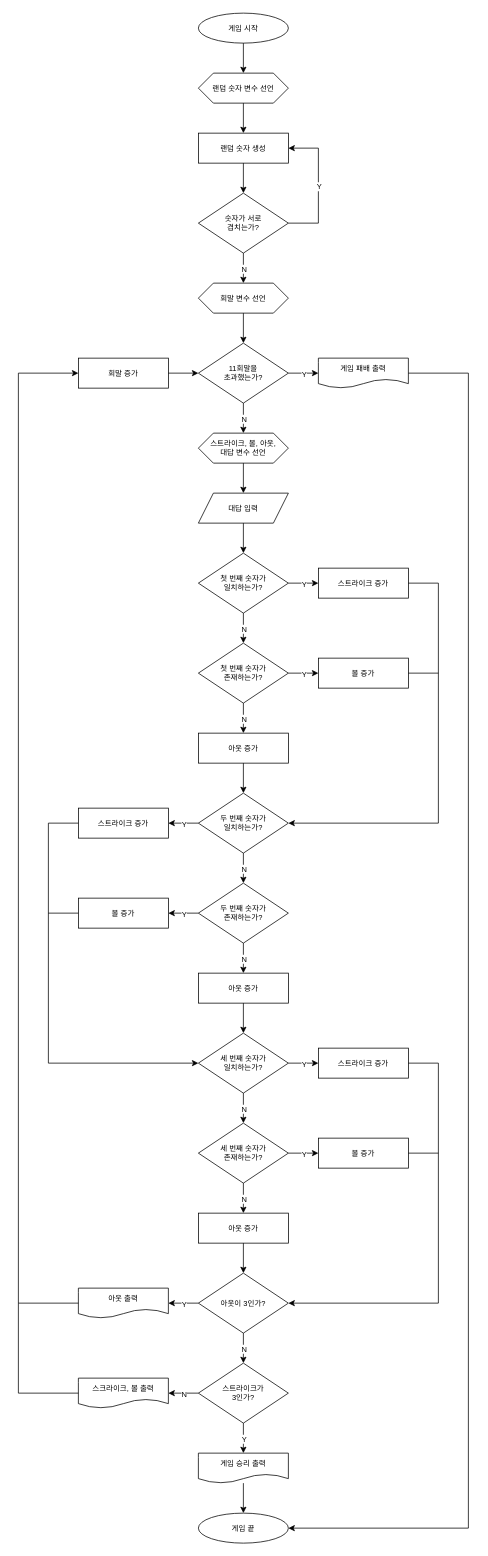
Earlier version of the draw.io diagram 강의/008일차/발표자료/BullsAndCows.drawio (WarmthGiver/KGA). Source tidied: cells renumbered, new cells numbered last; positions are measured from the earlier drawing's top-left corner, leaving out a move shared by most shapes. Both pictures are drawn from the tidied source at 75%, with x=0, y=0 at pixel (18, 13).
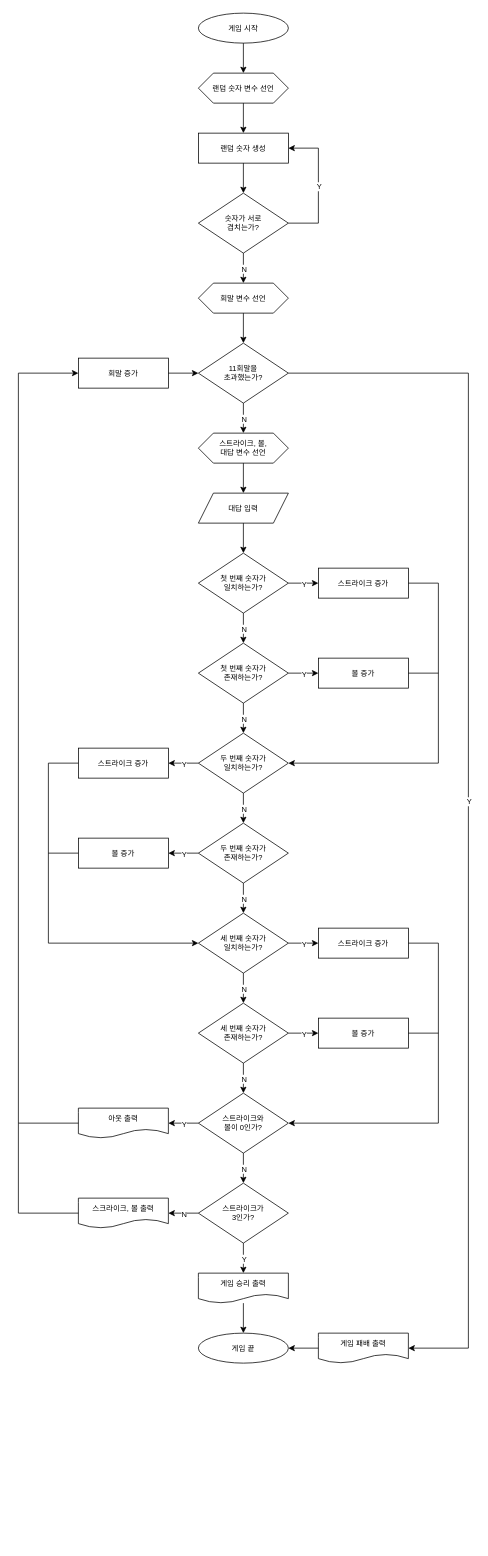
The same page after the edit.

Unchanged cells that the change refers to:
```xml
<mxCell id="9" value="11회말을&lt;div style=&quot;font-size: 10px;&quot;&gt;초과했는가?&lt;/div&gt;" style="rhombus;whiteSpace=wrap;html=1;fontSize=10;" parent="1" vertex="1">
  <mxGeometry x="240" y="440" width="120" height="80" as="geometry" />
</mxCell>
<mxCell id="17" value="&lt;font style=&quot;font-size: 10px;&quot;&gt;첫 번째&amp;nbsp;&lt;/font&gt;&lt;span style=&quot;font-size: 10px; background-color: initial;&quot;&gt;숫자가&lt;/span&gt;&lt;div style=&quot;font-size: 10px;&quot;&gt;&lt;font style=&quot;font-size: 10px;&quot;&gt;존재하는가?&lt;/font&gt;&lt;/div&gt;" style="rhombus;whiteSpace=wrap;html=1;fontSize=10;" parent="1" vertex="1">
  <mxGeometry x="240" y="840" width="120" height="80" as="geometry" />
</mxCell>
<mxCell id="20" value="&lt;font style=&quot;font-size: 10px;&quot;&gt;스트라이크 증가&lt;/font&gt;" style="rounded=0;whiteSpace=wrap;html=1;fontSize=10;" parent="1" vertex="1">
  <mxGeometry x="400" y="740" width="120" height="40" as="geometry" />
</mxCell>
<mxCell id="72" value="회말 증가" style="rounded=0;whiteSpace=wrap;html=1;fontSize=10;" parent="1" vertex="1">
  <mxGeometry x="80" y="460" width="120" height="40" as="geometry" />
</mxCell>
```

What changed in the source:
```diff
@@
-    <mxCell id="10" style="endArrow=classic;html=1;rounded=0;exitX=1;exitY=0.5;exitDx=0;exitDy=0;fontSize=10;entryX=0;entryY=0.5;entryDx=0;entryDy=0;" parent="1" edge="1" source="9" target="91">
-      <mxGeometry relative="1" as="geometry" />
+    <mxCell id="10" style="endArrow=classic;html=1;rounded=0;exitX=1;exitY=0.5;exitDx=0;exitDy=0;fontSize=10;entryX=1;entryY=0.5;entryDx=0;entryDy=0;" parent="1" edge="1" source="9" target="91">
+      <mxGeometry relative="1" as="geometry">
+        <Array as="points">
+          <mxPoint x="600" y="480" />
+          <mxPoint x="600" y="1780" />
+        </Array>
+      </mxGeometry>
     </mxCell>
@@
     <mxCell id="28" value="&lt;font style=&quot;font-size: 10px;&quot;&gt;&lt;font style=&quot;font-size: 10px;&quot;&gt;두 번째&amp;nbsp;&lt;/font&gt;&lt;span style=&quot;background-color: initial; font-size: 10px;&quot;&gt;숫자가&lt;/span&gt;&lt;/font&gt;&lt;div style=&quot;font-size: 10px;&quot;&gt;&lt;font style=&quot;font-size: 10px;&quot;&gt;일치하는가?&lt;/font&gt;&lt;/div&gt;" style="rhombus;whiteSpace=wrap;html=1;fontSize=10;" parent="1" vertex="1">
-      <mxGeometry x="240" y="1040" width="120" height="80" as="geometry" />
+      <mxGeometry x="240" y="960" width="120" height="80" as="geometry" />
     </mxCell>
-    <mxCell id="29" style="endArrow=classic;html=1;rounded=0;exitX=0.5;exitY=1;exitDx=0;exitDy=0;entryX=0.5;entryY=0;entryDx=0;entryDy=0;fontSize=10;" parent="1" edge="1" source="17" target="40">
+    <mxCell id="29" style="endArrow=classic;html=1;rounded=0;exitX=0.5;exitY=1;exitDx=0;exitDy=0;entryX=0.5;entryY=0;entryDx=0;entryDy=0;fontSize=10;" parent="1" edge="1" source="17" target="28">
       <mxGeometry relative="1" as="geometry" />
     </mxCell>
@@
     <mxCell id="31" value="&lt;font style=&quot;font-size: 10px;&quot;&gt;두 번째&amp;nbsp;&lt;/font&gt;&lt;span style=&quot;font-size: 10px; background-color: initial;&quot;&gt;숫자가&lt;/span&gt;&lt;div style=&quot;font-size: 10px;&quot;&gt;&lt;font style=&quot;font-size: 10px;&quot;&gt;존재하는가?&lt;/font&gt;&lt;/div&gt;" style="rhombus;whiteSpace=wrap;html=1;fontSize=10;" parent="1" vertex="1">
-      <mxGeometry x="240" y="1160" width="120" height="80" as="geometry" />
+      <mxGeometry x="240" y="1080" width="120" height="80" as="geometry" />
     </mxCell>
@@
     <mxCell id="34" value="&lt;font style=&quot;font-size: 10px;&quot;&gt;스트라이크 증가&lt;/font&gt;" style="rounded=0;whiteSpace=wrap;html=1;fontSize=10;" parent="1" vertex="1">
-      <mxGeometry x="80" y="1060" width="120" height="40" as="geometry" />
+      <mxGeometry x="80" y="980" width="120" height="40" as="geometry" />
     </mxCell>
@@
     <mxCell id="37" value="볼 증가" style="whiteSpace=wrap;html=1;fontSize=10;" parent="1" vertex="1">
-      <mxGeometry x="80" y="1180" width="120" height="40" as="geometry" />
+      <mxGeometry x="80" y="1100" width="120" height="40" as="geometry" />
     </mxCell>
@@
-    <mxCell id="40" value="아웃 증가" style="whiteSpace=wrap;html=1;fontSize=10;" parent="1" vertex="1">
-      <mxGeometry x="240" y="960" width="120" height="40" as="geometry" />
-    </mxCell>
-    <mxCell id="41" style="endArrow=classic;html=1;rounded=0;exitX=0.5;exitY=1;exitDx=0;exitDy=0;entryX=0.5;entryY=0;entryDx=0;entryDy=0;fontSize=10;" parent="1" edge="1" source="40" target="28">
-      <mxGeometry relative="1" as="geometry" />
-    </mxCell>
     <mxCell id="42" style="endArrow=classic;html=1;rounded=0;exitX=1;exitY=0.5;exitDx=0;exitDy=0;entryX=1;entryY=0.5;entryDx=0;entryDy=0;fontSize=10;" parent="1" edge="1" source="20" target="28">
       <mxGeometry relative="1" as="geometry">
         <Array as="points">
           <mxPoint x="560" y="760" />
-          <mxPoint x="560" y="1080" />
+          <mxPoint x="560" y="1000" />
         </Array>
       </mxGeometry>
     </mxCell>
-    <mxCell id="43" value="아웃 증가" style="whiteSpace=wrap;html=1;fontSize=10;" parent="1" vertex="1">
-      <mxGeometry x="240" y="1280" width="120" height="40" as="geometry" />
-    </mxCell>
-    <mxCell id="44" style="endArrow=classic;html=1;rounded=0;exitX=0.5;exitY=1;exitDx=0;exitDy=0;entryX=0.5;entryY=0;entryDx=0;entryDy=0;fontSize=10;" parent="1" edge="1" source="31" target="43">
+    <mxCell id="44" style="endArrow=classic;html=1;rounded=0;exitX=0.5;exitY=1;exitDx=0;exitDy=0;entryX=0.5;entryY=0;entryDx=0;entryDy=0;fontSize=10;" parent="1" edge="1" source="31" target="47">
       <mxGeometry relative="1" as="geometry" />
     </mxCell>
@@
     <mxCell id="46" style="endArrow=classic;html=1;rounded=0;exitX=0;exitY=0.5;exitDx=0;exitDy=0;entryX=0;entryY=0.5;entryDx=0;entryDy=0;fontSize=10;" parent="1" edge="1" source="34" target="47">
       <mxGeometry relative="1" as="geometry">
         <Array as="points">
-          <mxPoint x="40" y="1080" />
-          <mxPoint x="40" y="1400" />
+          <mxPoint x="40" y="1000" />
+          <mxPoint x="40" y="1240" />
         </Array>
       </mxGeometry>
     </mxCell>
     <mxCell id="47" value="&lt;font style=&quot;font-size: 10px;&quot;&gt;&lt;font style=&quot;font-size: 10px;&quot;&gt;세 번째&amp;nbsp;&lt;/font&gt;&lt;span style=&quot;background-color: initial; font-size: 10px;&quot;&gt;숫자가&lt;/span&gt;&lt;/font&gt;&lt;div style=&quot;font-size: 10px;&quot;&gt;&lt;font style=&quot;font-size: 10px;&quot;&gt;일치하는가?&lt;/font&gt;&lt;/div&gt;" style="rhombus;whiteSpace=wrap;html=1;fontSize=10;" parent="1" vertex="1">
-      <mxGeometry x="240" y="1360" width="120" height="80" as="geometry" />
+      <mxGeometry x="240" y="1200" width="120" height="80" as="geometry" />
     </mxCell>
     <mxCell id="48" value="&lt;font style=&quot;font-size: 10px;&quot;&gt;세 번째&amp;nbsp;&lt;/font&gt;&lt;span style=&quot;font-size: 10px; background-color: initial;&quot;&gt;숫자가&lt;/span&gt;&lt;div style=&quot;font-size: 10px;&quot;&gt;&lt;font style=&quot;font-size: 10px;&quot;&gt;존재하는가?&lt;/font&gt;&lt;/div&gt;" style="rhombus;whiteSpace=wrap;html=1;fontSize=10;" parent="1" vertex="1">
-      <mxGeometry x="240" y="1480" width="120" height="80" as="geometry" />
+      <mxGeometry x="240" y="1320" width="120" height="80" as="geometry" />
     </mxCell>
@@
     <mxCell id="51" value="&lt;font style=&quot;font-size: 10px;&quot;&gt;스트라이크 증가&lt;/font&gt;" style="rounded=0;whiteSpace=wrap;html=1;fontSize=10;" parent="1" vertex="1">
-      <mxGeometry x="400" y="1380" width="120" height="40" as="geometry" />
+      <mxGeometry x="400" y="1220" width="120" height="40" as="geometry" />
     </mxCell>
@@
     <mxCell id="54" value="볼 증가" style="whiteSpace=wrap;html=1;fontSize=10;" parent="1" vertex="1">
-      <mxGeometry x="400" y="1500" width="120" height="40" as="geometry" />
+      <mxGeometry x="400" y="1340" width="120" height="40" as="geometry" />
     </mxCell>
@@
-    <mxCell id="57" value="아웃이 3&lt;span style=&quot;background-color: initial; font-size: 10px;&quot;&gt;인가?&lt;/span&gt;" style="rhombus;whiteSpace=wrap;html=1;fontSize=10;" parent="1" vertex="1">
-      <mxGeometry x="240" y="1680" width="120" height="80" as="geometry" />
+    <mxCell id="57" value="스트라이크와&lt;div&gt;볼이 0인가?&lt;/div&gt;" style="rhombus;whiteSpace=wrap;html=1;fontSize=10;" parent="1" vertex="1">
+      <mxGeometry x="240" y="1440" width="120" height="80" as="geometry" />
     </mxCell>
-    <mxCell id="58" style="endArrow=classic;html=1;rounded=0;exitX=0.5;exitY=1;exitDx=0;exitDy=0;entryX=0.5;entryY=0;entryDx=0;entryDy=0;fontSize=10;" parent="1" edge="1" source="48" target="60">
+    <mxCell id="58" style="endArrow=classic;html=1;rounded=0;exitX=0.5;exitY=1;exitDx=0;exitDy=0;fontSize=10;entryX=0.5;entryY=0;entryDx=0;entryDy=0;" parent="1" edge="1" source="48" target="57">
       <mxGeometry relative="1" as="geometry" />
     </mxCell>
@@
-    <mxCell id="60" value="아웃 증가" style="whiteSpace=wrap;html=1;fontSize=10;" parent="1" vertex="1">
-      <mxGeometry x="240" y="1600" width="120" height="40" as="geometry" />
-    </mxCell>
-    <mxCell id="61" style="endArrow=classic;html=1;rounded=0;exitX=0.5;exitY=1;exitDx=0;exitDy=0;entryX=0.5;entryY=0;entryDx=0;entryDy=0;fontSize=10;" parent="1" edge="1" source="60" target="57">
-      <mxGeometry relative="1" as="geometry" />
-    </mxCell>
     <mxCell id="62" style="endArrow=classic;html=1;rounded=0;exitX=1;exitY=0.5;exitDx=0;exitDy=0;entryX=1;entryY=0.5;entryDx=0;entryDy=0;fontSize=10;" parent="1" edge="1" source="51" target="57">
       <mxGeometry relative="1" as="geometry">
         <Array as="points">
-          <mxPoint x="560" y="1400" />
-          <mxPoint x="560" y="1720" />
+          <mxPoint x="560" y="1240" />
+          <mxPoint x="560" y="1480" />
         </Array>
       </mxGeometry>
     </mxCell>
-    <mxCell id="63" style="endArrow=classic;html=1;rounded=0;exitX=0.5;exitY=1;exitDx=0;exitDy=0;entryX=0.5;entryY=0;entryDx=0;entryDy=0;fontSize=10;" parent="1" edge="1" source="43" target="47">
-      <mxGeometry relative="1" as="geometry" />
-    </mxCell>
@@
-    <mxCell id="66" value="스트라이크, 볼, 아웃,&lt;div style=&quot;font-size: 10px;&quot;&gt;대답 변수 선언&lt;/div&gt;" style="shape=hexagon;perimeter=hexagonPerimeter2;whiteSpace=wrap;html=1;fixedSize=1;fontSize=10;" parent="1" vertex="1">
+    <mxCell id="66" value="스트라이크, 볼,&lt;div style=&quot;font-size: 10px;&quot;&gt;대답 변수 선언&lt;/div&gt;" style="shape=hexagon;perimeter=hexagonPerimeter2;whiteSpace=wrap;html=1;fixedSize=1;fontSize=10;" parent="1" vertex="1">
       <mxGeometry x="240" y="560" width="120" height="40" as="geometry" />
     </mxCell>
@@
     <mxCell id="70" value="아웃 출력" style="shape=document;whiteSpace=wrap;html=1;boundedLbl=1;fontSize=10;" parent="1" vertex="1">
-      <mxGeometry x="80" y="1700" width="120" height="40" as="geometry" />
+      <mxGeometry x="80" y="1460" width="120" height="40" as="geometry" />
     </mxCell>
     <mxCell id="71" style="endArrow=classic;html=1;rounded=0;exitX=0;exitY=0.5;exitDx=0;exitDy=0;entryX=0;entryY=0.5;entryDx=0;entryDy=0;fontSize=10;" parent="1" edge="1" source="70" target="72">
       <mxGeometry relative="1" as="geometry">
         <Array as="points">
-          <mxPoint y="1720" />
+          <mxPoint y="1480" />
           <mxPoint y="480" />
         </Array>
       </mxGeometry>
     </mxCell>
@@
     <mxCell id="78" value="스트라이크가&lt;div style=&quot;font-size: 10px;&quot;&gt;3인가?&lt;/div&gt;" style="rhombus;whiteSpace=wrap;html=1;fontSize=10;" parent="1" vertex="1">
-      <mxGeometry x="240" y="1800" width="120" height="80" as="geometry" />
+      <mxGeometry x="240" y="1560" width="120" height="80" as="geometry" />
     </mxCell>
     <mxCell id="79" value="스크라이크, 볼 출력" style="shape=document;whiteSpace=wrap;html=1;boundedLbl=1;fontSize=10;" parent="1" vertex="1">
-      <mxGeometry x="80" y="1820" width="120" height="40" as="geometry" />
+      <mxGeometry x="80" y="1580" width="120" height="40" as="geometry" />
     </mxCell>
@@
     <mxCell id="82" style="endArrow=none;html=1;rounded=0;exitX=1;exitY=0.5;exitDx=0;exitDy=0;fontSize=10;" parent="1" edge="1" source="54">
       <mxGeometry relative="1" as="geometry">
-        <mxPoint x="560" y="1520" as="targetPoint" />
+        <mxPoint x="560" y="1360" as="targetPoint" />
       </mxGeometry>
     </mxCell>
     <mxCell id="83" style="endArrow=none;html=1;rounded=0;entryX=0;entryY=0.5;entryDx=0;entryDy=0;fontSize=10;" parent="1" edge="1" target="79">
       <mxGeometry relative="1" as="geometry">
-        <mxPoint y="1720" as="sourcePoint" />
+        <mxPoint y="1480" as="sourcePoint" />
         <Array as="points">
-          <mxPoint y="1840" />
+          <mxPoint y="1600" />
         </Array>
       </mxGeometry>
     </mxCell>
     <mxCell id="84" style="endArrow=none;html=1;rounded=0;exitX=0;exitY=0.5;exitDx=0;exitDy=0;fontSize=10;" parent="1" edge="1" source="37">
       <mxGeometry relative="1" as="geometry">
-        <mxPoint x="40" y="1200" as="targetPoint" />
+        <mxPoint x="40" y="1120" as="targetPoint" />
       </mxGeometry>
     </mxCell>
@@
     <mxCell id="88" value="게임 끝" style="ellipse;whiteSpace=wrap;html=1;fontSize=10;" parent="1" vertex="1">
-      <mxGeometry x="240" y="2000" width="120" height="40" as="geometry" />
+      <mxGeometry x="240" y="1760" width="120" height="40" as="geometry" />
     </mxCell>
     <mxCell id="89" value="게임 승리 출력" style="shape=document;whiteSpace=wrap;html=1;boundedLbl=1;fontSize=10;" parent="1" vertex="1">
-      <mxGeometry x="240" y="1920" width="120" height="40" as="geometry" />
+      <mxGeometry x="240" y="1680" width="120" height="40" as="geometry" />
     </mxCell>
@@
     <mxCell id="91" value="게임 패배 출력" style="shape=document;whiteSpace=wrap;html=1;boundedLbl=1;fontSize=10;" parent="1" vertex="1">
-      <mxGeometry x="400" y="460" width="120" height="40" as="geometry" />
+      <mxGeometry x="400" y="1760" width="120" height="40" as="geometry" />
     </mxCell>
-    <mxCell id="92" style="endArrow=classic;html=1;rounded=0;exitX=1;exitY=0.5;exitDx=0;exitDy=0;entryX=1;entryY=0.5;entryDx=0;entryDy=0;fontSize=10;" parent="1" edge="1" source="91" target="88">
-      <mxGeometry relative="1" as="geometry">
-        <Array as="points">
-          <mxPoint x="600" y="480" />
-          <mxPoint x="600" y="2020" />
-        </Array>
-      </mxGeometry>
+    <mxCell id="92" style="endArrow=classic;html=1;rounded=0;entryX=1;entryY=0.5;entryDx=0;entryDy=0;fontSize=10;exitX=0;exitY=0.5;exitDx=0;exitDy=0;" parent="1" edge="1" source="91" target="88">
+      <mxGeometry relative="1" as="geometry" />
     </mxCell>
```
